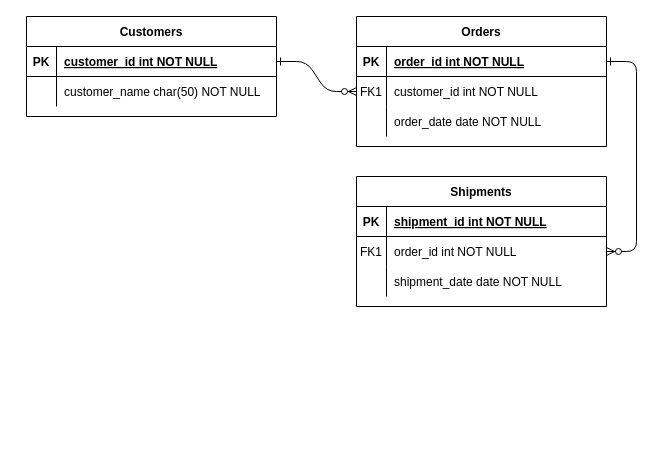
Earlier version of the draw.io diagram Untitled Diagram.drawio (MecaAlex/examen_sem_I_meca). Source tidied: cells renumbered, new cells numbered last; positions are measured from the earlier drawing's top-left corner, leaving out a move shared by most shapes. Both pictures are drawn from the tidied source at 100%, with x=0, y=0 at pixel (26, 16).
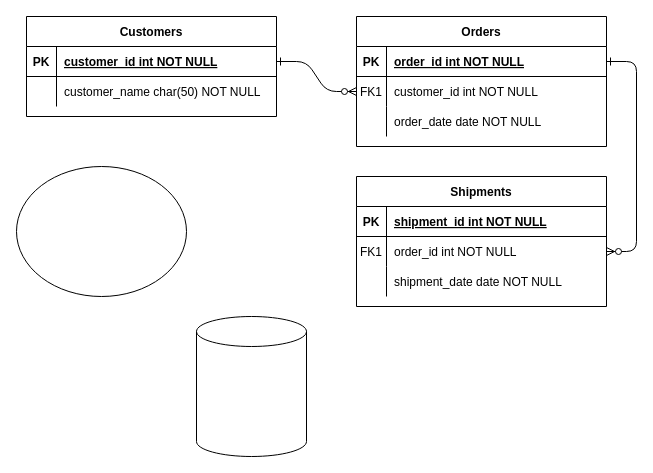
The same diagram, later.

The edit, as a diff of the source:
```diff
@@
+    <mxCell id="31" style="ellipse;whiteSpace=wrap;html=1;" parent="1" vertex="1">
+      <mxGeometry x="-10" y="150" width="170" height="130" as="geometry" />
+    </mxCell>
+    <mxCell id="32" style="shape=cylinder3;whiteSpace=wrap;html=1;boundedLbl=1;backgroundOutline=1;size=15;" parent="1" vertex="1">
+      <mxGeometry x="170" y="300" width="110" height="140" as="geometry" />
+    </mxCell>
```
